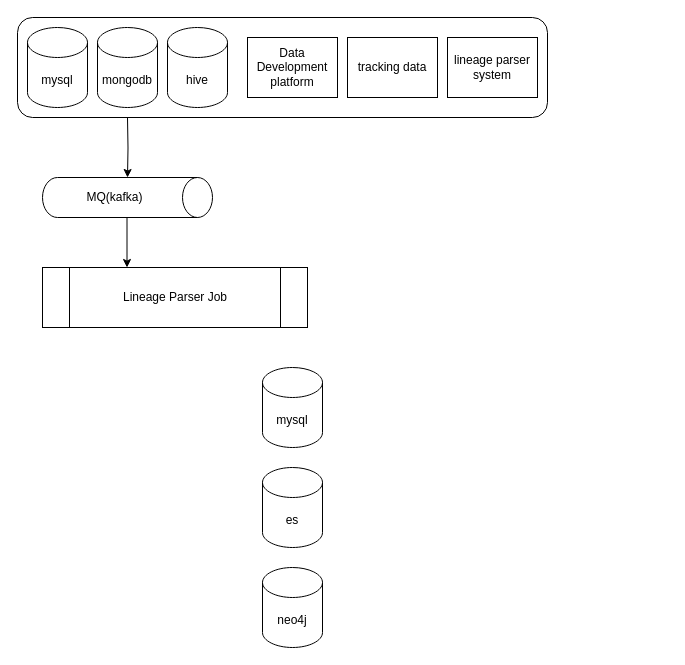
The draw.io diagram 未命名绘图.drawio in doublexxxxxx/aggregate-framework, before the edit. Source tidied: cells renumbered, new cells numbered last; positions are measured from the earlier drawing's top-left corner, leaving out a move shared by most shapes. Both pictures are drawn from the tidied source at 100%, with x=0, y=0 at pixel (17, 17).
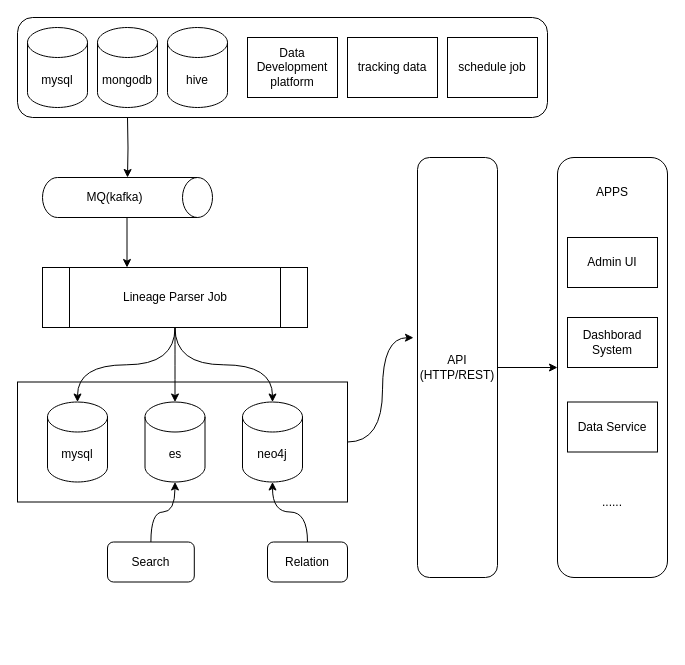
After the change.

The change refers to these unchanged cells:
```xml
<mxCell id="11" value="Lineage Parser Job" style="shape=process;whiteSpace=wrap;html=1;backgroundOutline=1;" parent="1" vertex="1">
  <mxGeometry x="25" y="250" width="265" height="60" as="geometry" />
</mxCell>
```

Change to the diagram source:
```diff
@@
+    <mxCell id="16" style="rounded=0;whiteSpace=wrap;html=1;" parent="1" vertex="1">
+      <mxGeometry y="364.5" width="330" height="120" as="geometry" />
+    </mxCell>
@@
-    <mxCell id="9" value="lineage parser system" style="rounded=0;whiteSpace=wrap;html=1;" parent="1" vertex="1">
+    <mxCell id="9" value="schedule job" style="rounded=0;whiteSpace=wrap;html=1;" parent="1" vertex="1">
       <mxGeometry x="430" y="20" width="90" height="60" as="geometry" />
     </mxCell>
@@
     <mxCell id="12" value="mysql" style="shape=cylinder3;whiteSpace=wrap;html=1;boundedLbl=1;backgroundOutline=1;size=15;" parent="1" vertex="1">
-      <mxGeometry x="245" y="350" width="60" height="80" as="geometry" />
+      <mxGeometry x="30" y="384.5" width="60" height="80" as="geometry" />
     </mxCell>
     <mxCell id="13" value="es" style="shape=cylinder3;whiteSpace=wrap;html=1;boundedLbl=1;backgroundOutline=1;size=15;" parent="1" vertex="1">
-      <mxGeometry x="245" y="450" width="60" height="80" as="geometry" />
+      <mxGeometry x="127.5" y="384.5" width="60" height="80" as="geometry" />
     </mxCell>
     <mxCell id="14" value="neo4j" style="shape=cylinder3;whiteSpace=wrap;html=1;boundedLbl=1;backgroundOutline=1;size=15;" parent="1" vertex="1">
-      <mxGeometry x="245" y="550" width="60" height="80" as="geometry" />
+      <mxGeometry x="225" y="384.5" width="60" height="80" as="geometry" />
     </mxCell>
@@
+    <mxCell id="17" value="Search" style="rounded=1;whiteSpace=wrap;html=1;" parent="1" vertex="1">
+      <mxGeometry x="90" y="524.5" width="86.8" height="40" as="geometry" />
+    </mxCell>
+    <mxCell id="18" value="Relation" style="rounded=1;whiteSpace=wrap;html=1;" parent="1" vertex="1">
+      <mxGeometry x="250" y="524.5" width="80" height="40" as="geometry" />
+    </mxCell>
+    <mxCell id="19" style="edgeStyle=orthogonalEdgeStyle;rounded=0;jettySize=auto;html=1;entryX=0.5;entryY=1;entryDx=0;entryDy=0;entryPerimeter=0;curved=1;" parent="1" edge="1" source="17" target="13">
+      <mxGeometry relative="1" as="geometry" />
+    </mxCell>
+    <mxCell id="20" style="edgeStyle=orthogonalEdgeStyle;rounded=0;jettySize=auto;html=1;entryX=0.5;entryY=1;entryDx=0;entryDy=0;entryPerimeter=0;curved=1;" parent="1" edge="1" source="18" target="14">
+      <mxGeometry relative="1" as="geometry" />
+    </mxCell>
+    <mxCell id="21" style="edgeStyle=orthogonalEdgeStyle;rounded=0;jettySize=auto;html=1;entryX=0.5;entryY=0;entryDx=0;entryDy=0;entryPerimeter=0;curved=1;" parent="1" edge="1" source="11" target="12">
+      <mxGeometry relative="1" as="geometry" />
+    </mxCell>
+    <mxCell id="22" style="edgeStyle=orthogonalEdgeStyle;rounded=0;jettySize=auto;html=1;entryX=0.5;entryY=0;entryDx=0;entryDy=0;entryPerimeter=0;curved=1;" parent="1" edge="1" source="11" target="13">
+      <mxGeometry relative="1" as="geometry" />
+    </mxCell>
+    <mxCell id="23" style="edgeStyle=orthogonalEdgeStyle;rounded=0;jettySize=auto;html=1;entryX=0.5;entryY=0;entryDx=0;entryDy=0;entryPerimeter=0;curved=1;" parent="1" edge="1" source="11" target="14">
+      <mxGeometry relative="1" as="geometry" />
+    </mxCell>
+    <mxCell id="24" style="edgeStyle=orthogonalEdgeStyle;rounded=0;jettySize=auto;html=1;entryX=0;entryY=0.5;entryDx=0;entryDy=0;" parent="1" edge="1" source="25" target="26">
+      <mxGeometry relative="1" as="geometry" />
+    </mxCell>
+    <mxCell id="25" value="API&lt;br&gt;(HTTP/REST)" style="rounded=1;whiteSpace=wrap;html=1;" parent="1" vertex="1">
+      <mxGeometry x="400" y="140" width="80" height="420" as="geometry" />
+    </mxCell>
+    <mxCell id="26" style="rounded=1;whiteSpace=wrap;html=1;" parent="1" vertex="1">
+      <mxGeometry x="540" y="140" width="110" height="420" as="geometry" />
+    </mxCell>
+    <mxCell id="27" style="edgeStyle=orthogonalEdgeStyle;rounded=0;jettySize=auto;html=1;entryX=-0.05;entryY=0.429;entryDx=0;entryDy=0;entryPerimeter=0;curved=1;" parent="1" edge="1" source="16" target="25">
+      <mxGeometry relative="1" as="geometry" />
+    </mxCell>
+    <mxCell id="28" value="Admin UI" style="rounded=0;whiteSpace=wrap;html=1;" parent="1" vertex="1">
+      <mxGeometry x="550" y="220" width="90" height="50" as="geometry" />
+    </mxCell>
+    <mxCell id="29" value="APPS" style="text;html=1;strokeColor=none;fillColor=none;align=center;verticalAlign=middle;whiteSpace=wrap;rounded=0;" parent="1" vertex="1">
+      <mxGeometry x="565" y="160" width="60" height="30" as="geometry" />
+    </mxCell>
+    <mxCell id="30" value="Dashborad System" style="rounded=0;whiteSpace=wrap;html=1;" parent="1" vertex="1">
+      <mxGeometry x="550" y="300" width="90" height="50" as="geometry" />
+    </mxCell>
+    <mxCell id="31" value="Data&amp;nbsp;Service" style="rounded=0;whiteSpace=wrap;html=1;" parent="1" vertex="1">
+      <mxGeometry x="550" y="384.5" width="90" height="50" as="geometry" />
+    </mxCell>
+    <mxCell id="32" value="......" style="text;html=1;strokeColor=none;fillColor=none;align=center;verticalAlign=middle;whiteSpace=wrap;rounded=0;" parent="1" vertex="1">
+      <mxGeometry x="565" y="470" width="60" height="30" as="geometry" />
+    </mxCell>
```
